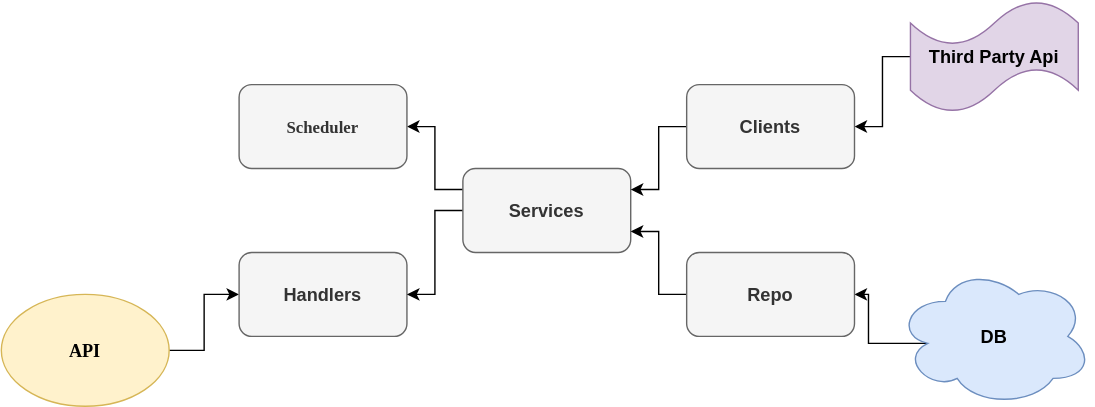
Earlier version of the draw.io export docs/architecture_scheme.svg (GenesisEducationKyiv/software-engineering-school-4-0-RinaDish). Source tidied: cells renumbered, new cells last; positions are measured from the earlier drawing's top-left corner, leaving out a move shared by most shapes.
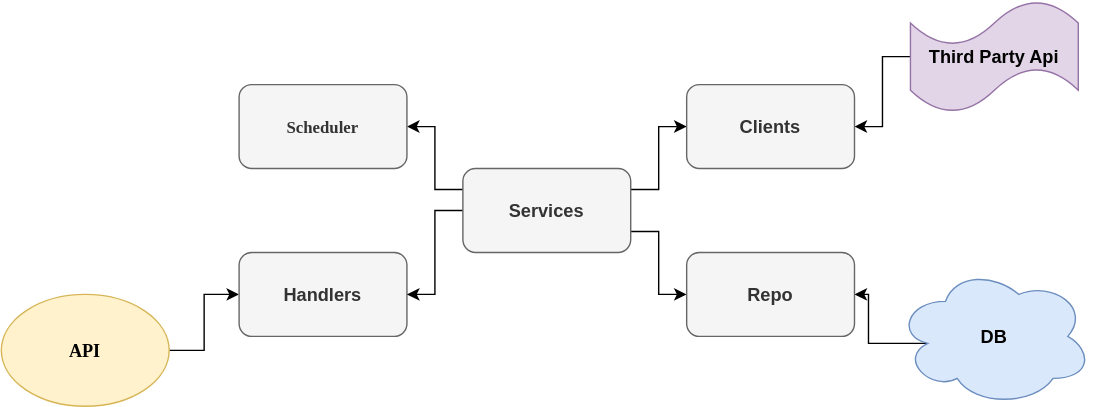
The same diagram one commit later.

What changed in the source:
```diff
@@ -29,18 +29,18 @@
     <mxCell id="10" style="edgeStyle=orthogonalEdgeStyle;rounded=0;jettySize=auto;html=1;exitX=0;exitY=0.25;exitDx=0;exitDy=0;entryX=1;entryY=0.5;entryDx=0;entryDy=0;fontFamily=Verdana;fontSize=13;" parent="1" edge="1" source="11" target="16">
       <mxGeometry relative="1" as="geometry" />
     </mxCell>
+    <mxCell id="17" style="edgeStyle=orthogonalEdgeStyle;rounded=0;jettySize=auto;html=1;exitX=1;exitY=0.25;exitDx=0;exitDy=0;entryX=0;entryY=0.5;entryDx=0;entryDy=0;fontFamily=Verdana;fontSize=13;" parent="1" edge="1" source="11" target="13">
+      <mxGeometry relative="1" as="geometry" />
+    </mxCell>
+    <mxCell id="18" style="edgeStyle=orthogonalEdgeStyle;rounded=0;jettySize=auto;html=1;exitX=1;exitY=0.75;exitDx=0;exitDy=0;entryX=0;entryY=0.5;entryDx=0;entryDy=0;fontFamily=Verdana;fontSize=13;" parent="1" edge="1" source="11" target="15">
+      <mxGeometry relative="1" as="geometry" />
+    </mxCell>
     <mxCell id="11" value="Services" style="rounded=1;whiteSpace=wrap;html=1;fillColor=#f5f5f5;fontColor=#333333;strokeColor=#666666;fontStyle=1;fontSize=13;" parent="1" vertex="1">
       <mxGeometry x="330" y="120" width="120" height="60" as="geometry" />
     </mxCell>
-    <mxCell id="12" style="edgeStyle=orthogonalEdgeStyle;rounded=0;jettySize=auto;html=1;exitX=0;exitY=0.5;exitDx=0;exitDy=0;entryX=1;entryY=0.25;entryDx=0;entryDy=0;" parent="1" edge="1" source="13" target="11">
-      <mxGeometry relative="1" as="geometry" />
-    </mxCell>
     <mxCell id="13" value="Clients" style="rounded=1;whiteSpace=wrap;html=1;fillColor=#f5f5f5;fontColor=#333333;strokeColor=#666666;fontStyle=1;fontSize=13;" parent="1" vertex="1">
       <mxGeometry x="490" y="60" width="120" height="60" as="geometry" />
     </mxCell>
-    <mxCell id="14" style="edgeStyle=orthogonalEdgeStyle;rounded=0;jettySize=auto;html=1;exitX=0;exitY=0.5;exitDx=0;exitDy=0;entryX=1;entryY=0.75;entryDx=0;entryDy=0;" parent="1" edge="1" source="15" target="11">
-      <mxGeometry relative="1" as="geometry" />
-    </mxCell>
     <mxCell id="15" value="Repo" style="rounded=1;whiteSpace=wrap;html=1;fillColor=#f5f5f5;fontColor=#333333;strokeColor=#666666;fontStyle=1;fontSize=13;" parent="1" vertex="1">
       <mxGeometry x="490" y="180" width="120" height="60" as="geometry" />
     </mxCell>
```
